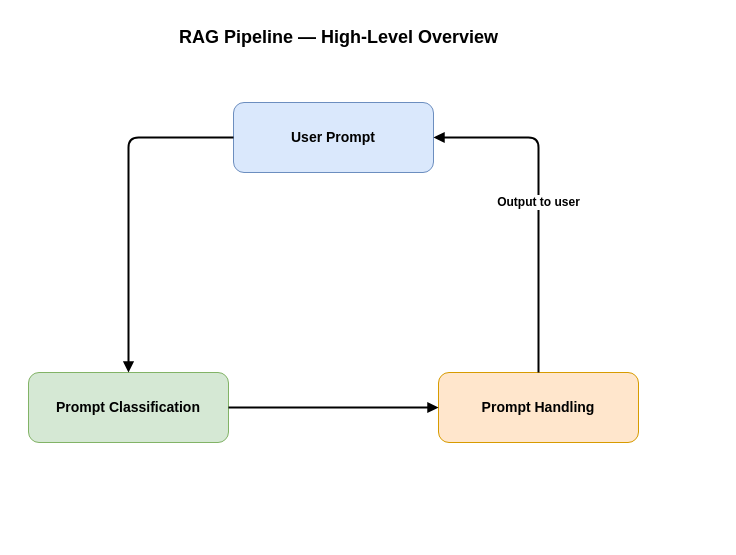
Mathlete224/Rays_Intern keeps this draw.io diagram as docs/pipeline_overview.drawio. Above is the earlier version. Source tidied: cells renumbered, new cells numbered last; positions are measured from the earlier drawing's top-left corner, leaving out a move shared by most shapes. Both pictures are drawn from the tidied source at 100%, with x=0, y=0 at pixel (28, 22).
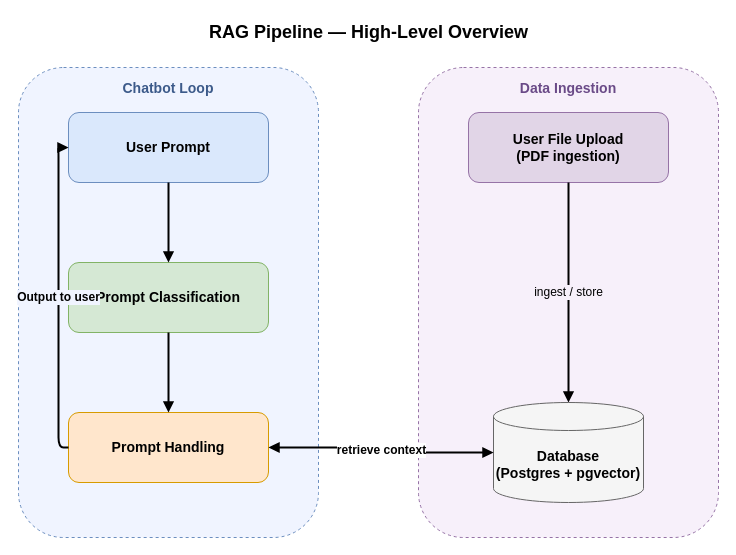
Above is the later version.

Diff of the diagram source:
```diff
@@
 <mxGraphModel>
   <root>
     <mxCell id="0" />
     <mxCell id="1" parent="0" />
     <mxCell id="2" value="RAG Pipeline — High-Level Overview" style="text;html=1;align=center;verticalAlign=middle;fontSize=18;fontStyle=1;" parent="1" vertex="1">
-      <mxGeometry x="100" width="420" height="30" as="geometry" />
+      <mxGeometry y="-5" width="680" height="30" as="geometry" />
     </mxCell>
+    <mxCell id="9" value="Chatbot Loop" style="rounded=1;whiteSpace=wrap;html=1;fillColor=#f0f4ff;strokeColor=#6c8ebf;dashed=1;verticalAlign=top;align=center;fontSize=14;fontStyle=1;fontColor=#3c5a8a;spacingTop=6;" parent="1" vertex="1">
+      <mxGeometry x="-10" y="45" width="300" height="470" as="geometry" />
+    </mxCell>
+    <mxCell id="10" value="Data Ingestion" style="rounded=1;whiteSpace=wrap;html=1;fillColor=#f7f0fa;strokeColor=#9673a6;dashed=1;verticalAlign=top;align=center;fontSize=14;fontStyle=1;fontColor=#6a4a87;spacingTop=6;" parent="1" vertex="1">
+      <mxGeometry x="390" y="45" width="300" height="470" as="geometry" />
+    </mxCell>
     <mxCell id="3" value="User Prompt" style="rounded=1;whiteSpace=wrap;html=1;fillColor=#dae8fc;strokeColor=#6c8ebf;fontSize=14;fontStyle=1;" parent="1" vertex="1">
-      <mxGeometry x="205" y="80" width="200" height="70" as="geometry" />
+      <mxGeometry x="40" y="90" width="200" height="70" as="geometry" />
     </mxCell>
     <mxCell id="4" value="Prompt Classification" style="rounded=1;whiteSpace=wrap;html=1;fillColor=#d5e8d4;strokeColor=#82b366;fontSize=14;fontStyle=1;" parent="1" vertex="1">
-      <mxGeometry y="350" width="200" height="70" as="geometry" />
+      <mxGeometry x="40" y="240" width="200" height="70" as="geometry" />
     </mxCell>
     <mxCell id="5" value="Prompt Handling" style="rounded=1;whiteSpace=wrap;html=1;fillColor=#ffe6cc;strokeColor=#d79b00;fontSize=14;fontStyle=1;" parent="1" vertex="1">
-      <mxGeometry x="410" y="350" width="200" height="70" as="geometry" />
+      <mxGeometry x="40" y="390" width="200" height="70" as="geometry" />
     </mxCell>
+    <mxCell id="11" value="User File Upload&#10;(PDF ingestion)" style="rounded=1;whiteSpace=wrap;html=1;fillColor=#e1d5e7;strokeColor=#9673a6;fontSize=14;fontStyle=1;" parent="1" vertex="1">
+      <mxGeometry x="440" y="90" width="200" height="70" as="geometry" />
+    </mxCell>
+    <mxCell id="12" value="Database&#10;(Postgres + pgvector)" style="shape=cylinder3;whiteSpace=wrap;html=1;boundedLbl=1;backgroundOutline=1;size=14;fillColor=#f5f5f5;strokeColor=#666666;fontSize=14;fontStyle=1;verticalAlign=middle;" parent="1" vertex="1">
+      <mxGeometry x="465" y="380" width="150" height="100" as="geometry" />
+    </mxCell>
-    <mxCell id="6" style="edgeStyle=orthogonalEdgeStyle;rounded=1;html=1;endArrow=block;endFill=1;strokeWidth=2;fontSize=12;" parent="1" edge="1" source="3" target="4">
+    <mxCell id="6" style="edgeStyle=orthogonalEdgeStyle;rounded=1;html=1;endArrow=block;endFill=1;strokeWidth=2;" parent="1" edge="1" source="3" target="4">
       <mxGeometry relative="1" as="geometry" />
     </mxCell>
-    <mxCell id="7" style="edgeStyle=orthogonalEdgeStyle;rounded=1;html=1;endArrow=block;endFill=1;strokeWidth=2;fontSize=12;" parent="1" edge="1" source="4" target="5">
+    <mxCell id="7" style="edgeStyle=orthogonalEdgeStyle;rounded=1;html=1;endArrow=block;endFill=1;strokeWidth=2;" parent="1" edge="1" source="4" target="5">
       <mxGeometry relative="1" as="geometry" />
     </mxCell>
-    <mxCell id="8" value="Output to user" style="edgeStyle=orthogonalEdgeStyle;rounded=1;html=1;endArrow=block;endFill=1;strokeWidth=2;fontSize=12;fontStyle=1;labelBackgroundColor=#ffffff;exitX=0.5;exitY=0;exitDx=0;exitDy=0;entryX=1;entryY=0.5;entryDx=0;entryDy=0;" parent="1" edge="1" source="5" target="3">
+    <mxCell id="8" value="Output to user" style="edgeStyle=orthogonalEdgeStyle;rounded=1;html=1;endArrow=block;endFill=1;strokeWidth=2;fontSize=12;fontStyle=1;labelBackgroundColor=#f0f4ff;exitX=0;exitY=0.5;exitDx=0;exitDy=0;entryX=0;entryY=0.5;entryDx=0;entryDy=0;" parent="1" edge="1" source="5" target="3">
       <mxGeometry relative="1" as="geometry" />
     </mxCell>
+    <mxCell id="13" value="ingest / store" style="edgeStyle=orthogonalEdgeStyle;rounded=1;html=1;endArrow=block;endFill=1;strokeWidth=2;fontSize=12;labelBackgroundColor=#f7f0fa;exitX=0.5;exitY=1;exitDx=0;exitDy=0;entryX=0.5;entryY=0;entryDx=0;entryDy=0;" parent="1" edge="1" source="11" target="12">
+      <mxGeometry relative="1" as="geometry" />
+    </mxCell>
+    <mxCell id="14" value="retrieve context" style="edgeStyle=orthogonalEdgeStyle;rounded=1;html=1;startArrow=block;startFill=1;endArrow=block;endFill=1;strokeWidth=2;fontSize=12;fontStyle=1;labelBackgroundColor=#ffffff;exitX=1;exitY=0.5;exitDx=0;exitDy=0;entryX=0;entryY=0.5;entryDx=0;entryDy=0;" parent="1" edge="1" source="5" target="12">
+      <mxGeometry relative="1" as="geometry" />
+    </mxCell>
   </root>
 </mxGraphModel>
```
